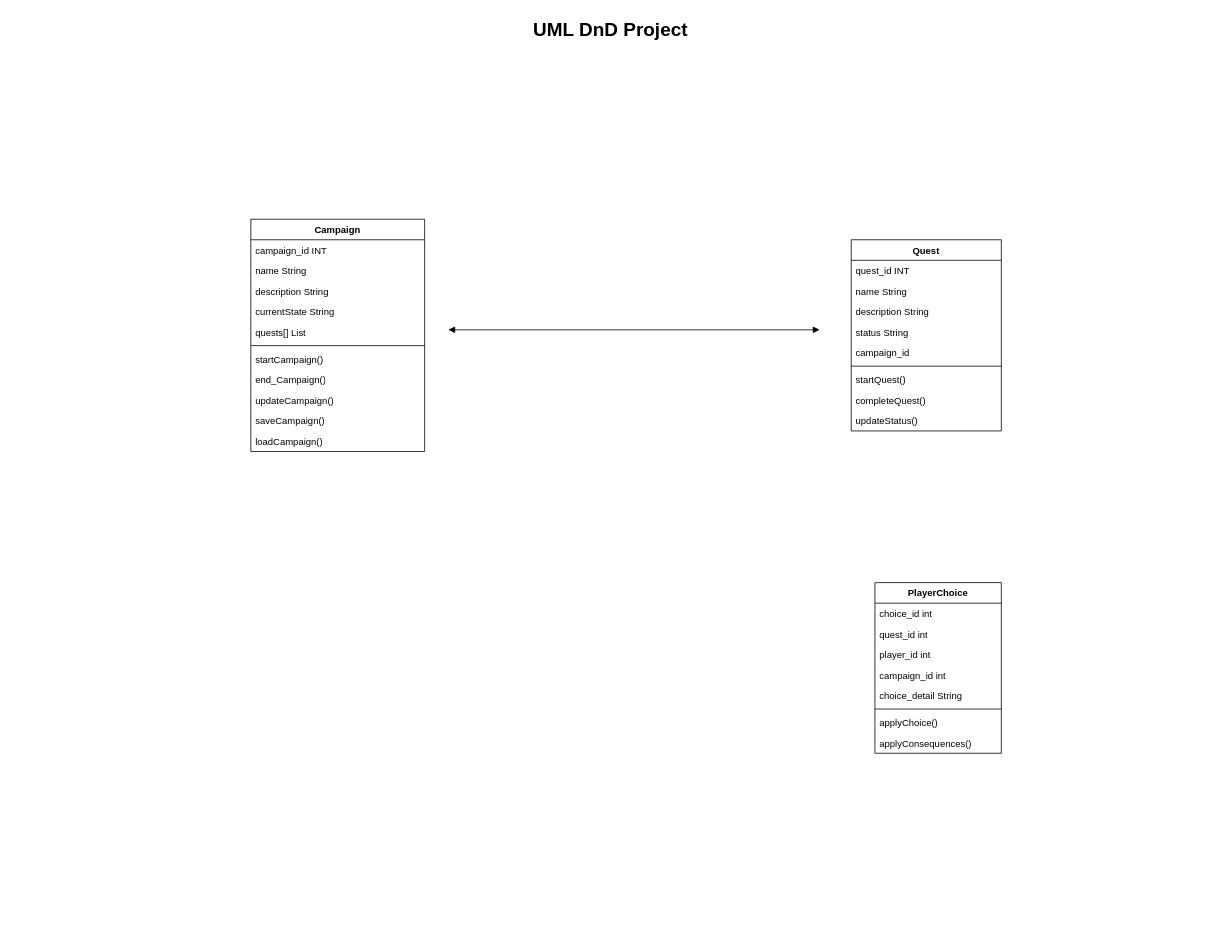
RickyBoyy/DnD keeps this draw.io diagram as UML.drawio. Above is the earlier version. Source tidied: cells renumbered, new cells numbered last; positions are measured from the earlier drawing's top-left corner, leaving out a move shared by most shapes. Both pictures are drawn from the tidied source at 79%, with x=0, y=0 at pixel (13, 13).
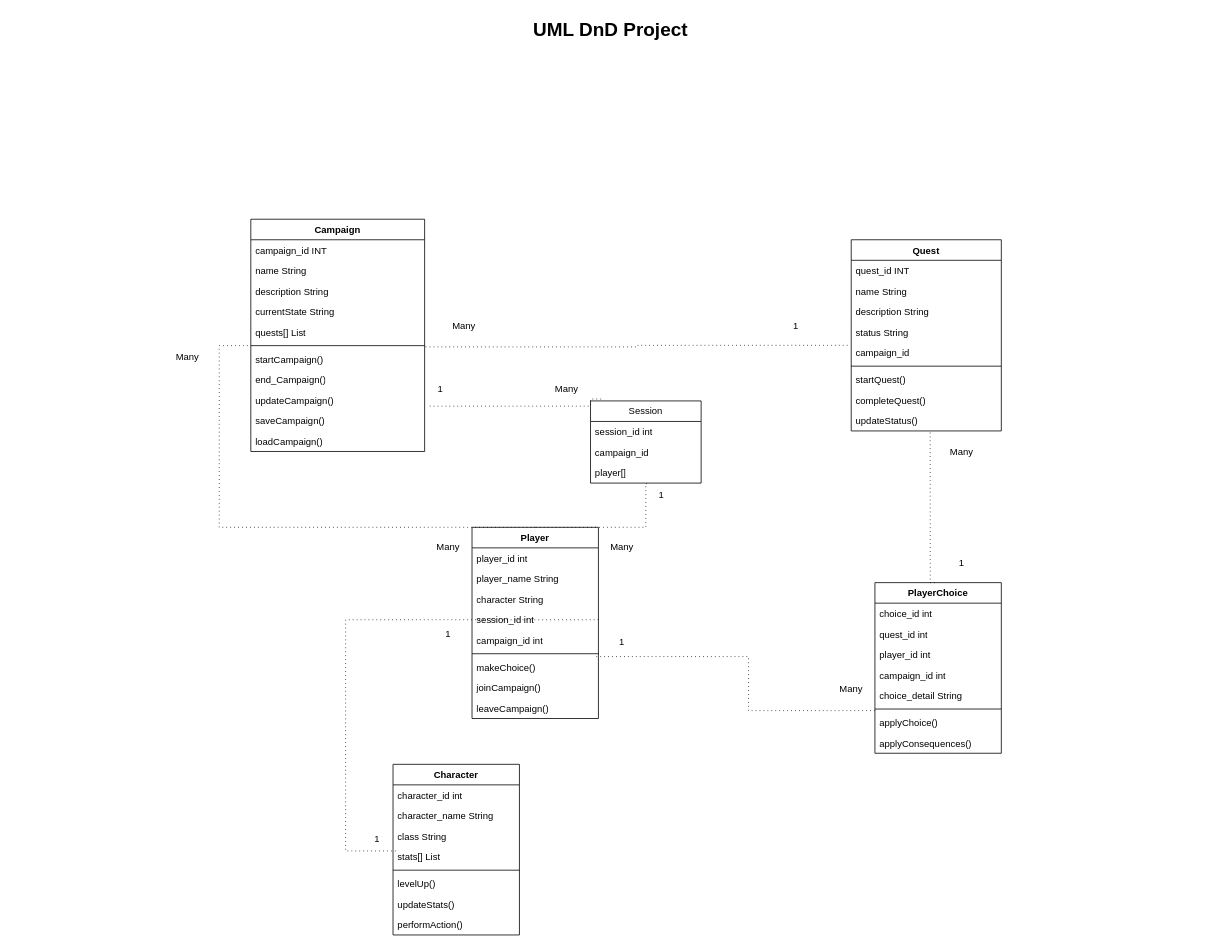
After the change.

Unchanged cells that the change refers to:
```xml
<mxCell id="9" style="line;strokeWidth=1;fillColor=none;align=left;verticalAlign=middle;spacingTop=-1;spacingLeft=3;spacingRight=3;labelPosition=right;points=[];portConstraint=eastwest;strokeColor=inherit;" parent="3" vertex="1">
  <mxGeometry y="156" width="220" height="8" as="geometry" />
</mxCell>
<mxCell id="10" value="startCampaign()&lt;div&gt;&lt;br&gt;&lt;/div&gt;" style="text;strokeColor=none;fillColor=none;align=left;verticalAlign=top;spacingLeft=4;spacingRight=4;overflow=hidden;points=[[0,0.5],[1,0.5]];portConstraint=eastwest;whiteSpace=wrap;html=1;" parent="3" vertex="1">
  <mxGeometry y="164" width="220" height="26" as="geometry" />
</mxCell>
<mxCell id="12" value="updateCampaign()" style="text;strokeColor=none;fillColor=none;align=left;verticalAlign=top;spacingLeft=4;spacingRight=4;overflow=hidden;points=[[0,0.5],[1,0.5]];portConstraint=eastwest;whiteSpace=wrap;html=1;" parent="3" vertex="1">
  <mxGeometry y="216" width="220" height="26" as="geometry" />
</mxCell>
<mxCell id="20" value="campaign_id" style="text;strokeColor=none;fillColor=none;align=left;verticalAlign=top;spacingLeft=4;spacingRight=4;overflow=hidden;points=[[0,0.5],[1,0.5]];portConstraint=eastwest;whiteSpace=wrap;html=1;" parent="15" vertex="1">
  <mxGeometry y="130" width="190" height="26" as="geometry" />
</mxCell>
<mxCell id="24" value="updateStatus()" style="text;strokeColor=none;fillColor=none;align=left;verticalAlign=top;spacingLeft=4;spacingRight=4;overflow=hidden;points=[[0,0.5],[1,0.5]];portConstraint=eastwest;whiteSpace=wrap;html=1;" parent="15" vertex="1">
  <mxGeometry y="216" width="190" height="26" as="geometry" />
</mxCell>
<mxCell id="25" value=" PlayerChoice  " style="swimlane;fontStyle=1;align=center;verticalAlign=top;horizontal=1;startSize=26;whiteSpace=wrap;html=1;" parent="1" vertex="1">
  <mxGeometry x="1090" y="720" width="160" height="216" as="geometry" />
</mxCell>
```

What changed in the source:
```diff
@@
-    <mxCell id="34" style="endArrow=block;startArrow=block;endFill=1;startFill=1;html=1;rounded=0;" parent="1" edge="1">
-      <mxGeometry relative="1" as="geometry">
-        <mxPoint x="550" y="400" as="sourcePoint" />
-        <mxPoint x="1020" y="400" as="targetPoint" />
-      </mxGeometry>
-    </mxCell>
+    <mxCell id="35" value="1" style="text;html=1;align=center;verticalAlign=middle;whiteSpace=wrap;rounded=0;" parent="1" vertex="1">
+      <mxGeometry x="1170" y="680" width="60" height="30" as="geometry" />
+    </mxCell>
+    <mxCell id="36" value="Many" style="text;html=1;align=center;verticalAlign=middle;whiteSpace=wrap;rounded=0;" parent="1" vertex="1">
+      <mxGeometry x="1170" y="540" width="60" height="30" as="geometry" />
+    </mxCell>
+    <mxCell id="37" value="1" style="text;html=1;align=center;verticalAlign=middle;whiteSpace=wrap;rounded=0;" parent="1" vertex="1">
+      <mxGeometry x="960" y="380" width="60" height="30" as="geometry" />
+    </mxCell>
+    <mxCell id="38" value="Many" style="text;html=1;align=center;verticalAlign=middle;whiteSpace=wrap;rounded=0;" parent="1" vertex="1">
+      <mxGeometry x="540" y="380" width="60" height="30" as="geometry" />
+    </mxCell>
+    <mxCell id="39" value="Player" style="swimlane;fontStyle=1;align=center;verticalAlign=top;horizontal=1;startSize=26;whiteSpace=wrap;html=1;" parent="1" vertex="1">
+      <mxGeometry x="580" y="650" width="160" height="242" as="geometry" />
+    </mxCell>
+    <mxCell id="40" value="player_id int" style="text;strokeColor=none;fillColor=none;align=left;verticalAlign=top;spacingLeft=4;spacingRight=4;overflow=hidden;whiteSpace=wrap;html=1;" parent="39" vertex="1">
+      <mxGeometry y="26" width="160" height="26" as="geometry" />
+    </mxCell>
+    <mxCell id="41" value="player_name String" style="text;strokeColor=none;fillColor=none;align=left;verticalAlign=top;spacingLeft=4;spacingRight=4;overflow=hidden;whiteSpace=wrap;html=1;" parent="39" vertex="1">
+      <mxGeometry y="52" width="160" height="26" as="geometry" />
+    </mxCell>
+    <mxCell id="42" value="character String" style="text;strokeColor=none;fillColor=none;align=left;verticalAlign=top;spacingLeft=4;spacingRight=4;overflow=hidden;whiteSpace=wrap;html=1;" parent="39" vertex="1">
+      <mxGeometry y="78" width="160" height="26" as="geometry" />
+    </mxCell>
+    <mxCell id="43" value="session_id int" style="text;strokeColor=none;fillColor=none;align=left;verticalAlign=top;spacingLeft=4;spacingRight=4;overflow=hidden;points=[[0,0.5],[1,0.5]];portConstraint=eastwest;whiteSpace=wrap;html=1;" parent="39" vertex="1">
+      <mxGeometry y="104" width="160" height="26" as="geometry" />
+    </mxCell>
+    <mxCell id="44" value="campaign_id int" style="text;strokeColor=none;fillColor=none;align=left;verticalAlign=top;spacingLeft=4;spacingRight=4;overflow=hidden;whiteSpace=wrap;html=1;" parent="39" vertex="1">
+      <mxGeometry y="130" width="160" height="26" as="geometry" />
+    </mxCell>
+    <mxCell id="45" style="line;strokeWidth=1;fillColor=none;align=left;verticalAlign=middle;spacingTop=-1;spacingLeft=3;spacingRight=3;labelPosition=right;points=[];portConstraint=eastwest;strokeColor=inherit;" parent="39" vertex="1">
+      <mxGeometry y="156" width="160" height="8" as="geometry" />
+    </mxCell>
+    <mxCell id="46" value="makeChoice()" style="text;strokeColor=none;fillColor=none;align=left;verticalAlign=top;spacingLeft=4;spacingRight=4;overflow=hidden;whiteSpace=wrap;html=1;" parent="39" vertex="1">
+      <mxGeometry y="164" width="160" height="26" as="geometry" />
+    </mxCell>
+    <mxCell id="47" value="joinCampaign()" style="text;strokeColor=none;fillColor=none;align=left;verticalAlign=top;spacingLeft=4;spacingRight=4;overflow=hidden;whiteSpace=wrap;html=1;" parent="39" vertex="1">
+      <mxGeometry y="190" width="160" height="26" as="geometry" />
+    </mxCell>
+    <mxCell id="48" value="leaveCampaign()" style="text;strokeColor=none;fillColor=none;align=left;verticalAlign=top;spacingLeft=4;spacingRight=4;overflow=hidden;whiteSpace=wrap;html=1;" parent="39" vertex="1">
+      <mxGeometry y="216" width="160" height="26" as="geometry" />
+    </mxCell>
+    <mxCell id="49" value="Character" style="swimlane;fontStyle=1;align=center;verticalAlign=top;horizontal=1;startSize=26;whiteSpace=wrap;html=1;" parent="1" vertex="1">
+      <mxGeometry x="480" y="950" width="160" height="216" as="geometry" />
+    </mxCell>
+    <mxCell id="50" value="character_id int" style="text;strokeColor=none;fillColor=none;align=left;verticalAlign=top;spacingLeft=4;spacingRight=4;overflow=hidden;whiteSpace=wrap;html=1;" parent="49" vertex="1">
+      <mxGeometry y="26" width="160" height="26" as="geometry" />
+    </mxCell>
+    <mxCell id="51" value="character_name String" style="text;strokeColor=none;fillColor=none;align=left;verticalAlign=top;spacingLeft=4;spacingRight=4;overflow=hidden;whiteSpace=wrap;html=1;" parent="49" vertex="1">
+      <mxGeometry y="52" width="160" height="26" as="geometry" />
+    </mxCell>
+    <mxCell id="52" value="class String&amp;nbsp;" style="text;strokeColor=none;fillColor=none;align=left;verticalAlign=top;spacingLeft=4;spacingRight=4;overflow=hidden;whiteSpace=wrap;html=1;" parent="49" vertex="1">
+      <mxGeometry y="78" width="160" height="26" as="geometry" />
+    </mxCell>
+    <mxCell id="53" value="stats[] List" style="text;strokeColor=none;fillColor=none;align=left;verticalAlign=top;spacingLeft=4;spacingRight=4;overflow=hidden;points=[[0,0.5],[1,0.5]];portConstraint=eastwest;whiteSpace=wrap;html=1;" parent="49" vertex="1">
+      <mxGeometry y="104" width="160" height="26" as="geometry" />
+    </mxCell>
+    <mxCell id="54" style="line;strokeWidth=1;fillColor=none;align=left;verticalAlign=middle;spacingTop=-1;spacingLeft=3;spacingRight=3;labelPosition=right;strokeColor=inherit;" parent="49" vertex="1">
+      <mxGeometry y="130" width="160" height="8" as="geometry" />
+    </mxCell>
+    <mxCell id="55" value="levelUp()" style="text;strokeColor=none;fillColor=none;align=left;verticalAlign=top;spacingLeft=4;spacingRight=4;overflow=hidden;whiteSpace=wrap;html=1;" parent="49" vertex="1">
+      <mxGeometry y="138" width="160" height="26" as="geometry" />
+    </mxCell>
+    <mxCell id="56" value="updateStats()" style="text;strokeColor=none;fillColor=none;align=left;verticalAlign=top;spacingLeft=4;spacingRight=4;overflow=hidden;whiteSpace=wrap;html=1;" parent="49" vertex="1">
+      <mxGeometry y="164" width="160" height="26" as="geometry" />
+    </mxCell>
+    <mxCell id="57" value="performAction()" style="text;strokeColor=none;fillColor=none;align=left;verticalAlign=top;spacingLeft=4;spacingRight=4;overflow=hidden;whiteSpace=wrap;html=1;" parent="49" vertex="1">
+      <mxGeometry y="190" width="160" height="26" as="geometry" />
+    </mxCell>
+    <mxCell id="58" value="Session" style="swimlane;fontStyle=0;horizontal=1;startSize=26;fillColor=none;whiteSpace=wrap;html=1;" parent="1" vertex="1">
+      <mxGeometry x="730" y="490" width="140" height="104" as="geometry" />
+    </mxCell>
+    <mxCell id="59" value="session_id int" style="text;strokeColor=none;fillColor=none;align=left;verticalAlign=top;spacingLeft=4;spacingRight=4;overflow=hidden;whiteSpace=wrap;html=1;" parent="58" vertex="1">
+      <mxGeometry y="26" width="140" height="26" as="geometry" />
+    </mxCell>
+    <mxCell id="60" value="campaign_id" style="text;strokeColor=none;fillColor=none;align=left;verticalAlign=top;spacingLeft=4;spacingRight=4;overflow=hidden;whiteSpace=wrap;html=1;" parent="58" vertex="1">
+      <mxGeometry y="52" width="140" height="26" as="geometry" />
+    </mxCell>
+    <mxCell id="61" value="player[]" style="text;strokeColor=none;fillColor=none;align=left;verticalAlign=top;spacingLeft=4;spacingRight=4;overflow=hidden;points=[[0,0.5],[1,0.5]];portConstraint=eastwest;whiteSpace=wrap;html=1;" parent="58" vertex="1">
+      <mxGeometry y="78" width="140" height="26" as="geometry" />
+    </mxCell>
+    <mxCell id="62" style="edgeStyle=elbowEdgeStyle;fontSize=12;html=1;endFill=0;startFill=0;endSize=6;startSize=6;dashed=1;dashPattern=1 4;endArrow=none;startArrow=none;rounded=0;entryX=-0.008;entryY=0.139;entryDx=0;entryDy=0;entryPerimeter=0;exitX=1.006;exitY=-0.092;exitDx=0;exitDy=0;exitPerimeter=0;" parent="1" edge="1" source="10" target="20">
+      <mxGeometry relative="1" as="geometry">
+        <Array as="points">
+          <mxPoint x="790" y="420" />
+        </Array>
+      </mxGeometry>
+    </mxCell>
+    <mxCell id="63" style="edgeStyle=elbowEdgeStyle;fontSize=12;html=1;endFill=0;startFill=0;endSize=6;startSize=6;dashed=1;dashPattern=1 4;endArrow=none;startArrow=none;rounded=0;exitX=0.526;exitY=1.077;exitDx=0;exitDy=0;exitPerimeter=0;entryX=0.5;entryY=0;entryDx=0;entryDy=0;" parent="1" edge="1" source="24" target="25">
+      <mxGeometry relative="1" as="geometry">
+        <Array as="points">
+          <mxPoint x="1160" y="620" />
+        </Array>
+      </mxGeometry>
+    </mxCell>
+    <mxCell id="64" style="edgeStyle=elbowEdgeStyle;fontSize=12;html=1;endFill=0;startFill=0;endSize=6;startSize=6;dashed=1;dashPattern=1 4;endArrow=none;startArrow=none;rounded=0;exitX=1;exitY=0.5;exitDx=0;exitDy=0;entryX=0.021;entryY=0.216;entryDx=0;entryDy=0;entryPerimeter=0;" parent="1" edge="1" source="43" target="53">
+      <mxGeometry relative="1" as="geometry">
+        <Array as="points">
+          <mxPoint x="420" y="800" />
+        </Array>
+      </mxGeometry>
+    </mxCell>
+    <mxCell id="65" value="1" style="text;html=1;align=center;verticalAlign=middle;whiteSpace=wrap;rounded=0;" parent="1" vertex="1">
+      <mxGeometry x="430" y="1030" width="60" height="30" as="geometry" />
+    </mxCell>
+    <mxCell id="66" value="1" style="text;html=1;align=center;verticalAlign=middle;whiteSpace=wrap;rounded=0;" parent="1" vertex="1">
+      <mxGeometry x="520" y="770" width="60" height="30" as="geometry" />
+    </mxCell>
+    <mxCell id="67" style="edgeStyle=elbowEdgeStyle;fontSize=12;html=1;endFill=0;startFill=0;endSize=6;startSize=6;dashed=1;dashPattern=1 4;endArrow=none;startArrow=none;rounded=0;exitX=0.5;exitY=0;exitDx=0;exitDy=0;entryX=0;entryY=0.5;entryDx=0;entryDy=0;entryPerimeter=0;" parent="1" edge="1" source="39" target="9">
+      <mxGeometry relative="1" as="geometry">
+        <Array as="points">
+          <mxPoint x="260" y="613" />
+        </Array>
+      </mxGeometry>
+    </mxCell>
+    <mxCell id="68" value="Many" style="text;html=1;align=center;verticalAlign=middle;whiteSpace=wrap;rounded=0;" parent="1" vertex="1">
+      <mxGeometry x="190" y="420" width="60" height="30" as="geometry" />
+    </mxCell>
+    <mxCell id="69" value="Many" style="text;html=1;align=center;verticalAlign=middle;whiteSpace=wrap;rounded=0;" parent="1" vertex="1">
+      <mxGeometry x="520" y="660" width="60" height="30" as="geometry" />
+    </mxCell>
+    <mxCell id="70" style="edgeStyle=elbowEdgeStyle;fontSize=12;html=1;endFill=0;startFill=0;endSize=6;startSize=6;dashed=1;dashPattern=1 4;endArrow=none;startArrow=none;rounded=0;exitX=0;exitY=0.75;exitDx=0;exitDy=0;entryX=0.984;entryY=0.951;entryDx=0;entryDy=0;entryPerimeter=0;" parent="1" edge="1" source="25" target="45">
+      <mxGeometry relative="1" as="geometry">
+        <Array as="points">
+          <mxPoint x="930" y="840" />
+        </Array>
+      </mxGeometry>
+    </mxCell>
+    <mxCell id="71" value="1" style="text;html=1;align=center;verticalAlign=middle;whiteSpace=wrap;rounded=0;" parent="1" vertex="1">
+      <mxGeometry x="740" y="780" width="60" height="30" as="geometry" />
+    </mxCell>
+    <mxCell id="72" value="Many" style="text;html=1;align=center;verticalAlign=middle;whiteSpace=wrap;rounded=0;" parent="1" vertex="1">
+      <mxGeometry x="1030" y="840" width="60" height="30" as="geometry" />
+    </mxCell>
+    <mxCell id="73" style="edgeStyle=elbowEdgeStyle;fontSize=12;html=1;endFill=0;startFill=0;endSize=6;startSize=6;dashed=1;dashPattern=1 4;endArrow=none;startArrow=none;rounded=0;entryX=0.5;entryY=0;entryDx=0;entryDy=0;exitX=0.51;exitY=1.023;exitDx=0;exitDy=0;exitPerimeter=0;" parent="1" edge="1" source="61" target="39">
+      <mxGeometry relative="1" as="geometry">
+        <Array as="points">
+          <mxPoint x="800" y="626" />
+        </Array>
+      </mxGeometry>
+    </mxCell>
+    <mxCell id="74" value="Many" style="text;html=1;align=center;verticalAlign=middle;whiteSpace=wrap;rounded=0;" parent="1" vertex="1">
+      <mxGeometry x="740" y="660" width="60" height="30" as="geometry" />
+    </mxCell>
+    <mxCell id="75" value="1" style="text;html=1;align=center;verticalAlign=middle;whiteSpace=wrap;rounded=0;" parent="1" vertex="1">
+      <mxGeometry x="790" y="594" width="60" height="30" as="geometry" />
+    </mxCell>
+    <mxCell id="76" style="edgeStyle=elbowEdgeStyle;fontSize=12;html=1;endFill=0;startFill=0;endSize=6;startSize=6;dashed=1;dashPattern=1 4;endArrow=none;startArrow=none;rounded=0;exitX=0.096;exitY=-0.023;exitDx=0;exitDy=0;entryX=1.02;entryY=0.793;entryDx=0;entryDy=0;entryPerimeter=0;exitPerimeter=0;" parent="1" edge="1" source="58" target="12">
+      <mxGeometry relative="1" as="geometry">
+        <Array as="points">
+          <mxPoint x="730" y="500" />
+          <mxPoint x="740" y="500" />
+        </Array>
+      </mxGeometry>
+    </mxCell>
+    <mxCell id="77" value="1" style="text;html=1;align=center;verticalAlign=middle;whiteSpace=wrap;rounded=0;" parent="1" vertex="1">
+      <mxGeometry x="510" y="460" width="60" height="30" as="geometry" />
+    </mxCell>
+    <mxCell id="78" value="Many" style="text;html=1;align=center;verticalAlign=middle;whiteSpace=wrap;rounded=0;" parent="1" vertex="1">
+      <mxGeometry x="670" y="460" width="60" height="30" as="geometry" />
+    </mxCell>
```
